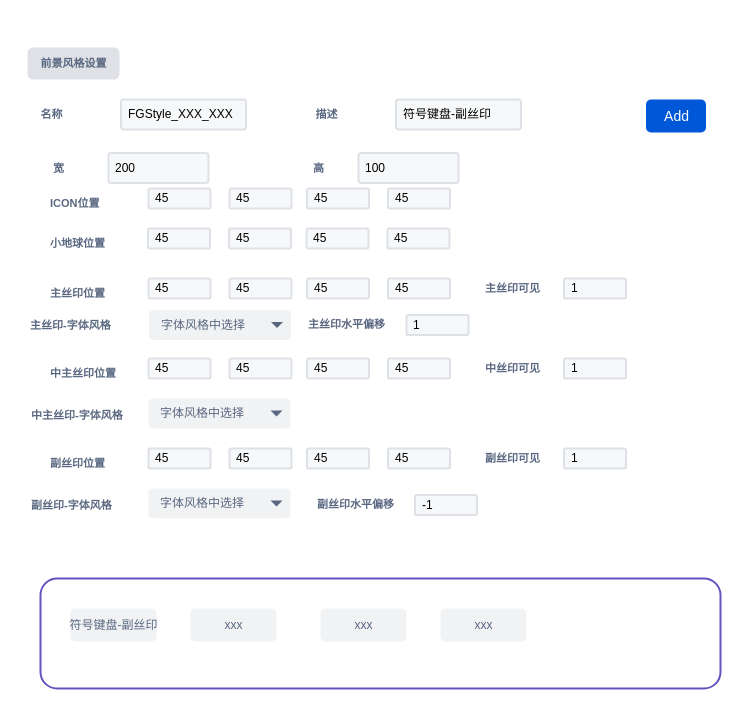
The draw.io diagram drawio/前景风格设置.drawio in chonglv/charts, before the edit. Source tidied: cells renumbered, new cells numbered last; positions are measured from the earlier drawing's top-left corner, leaving out a move shared by most shapes. Both pictures are drawn from the tidied source at 100%, with x=0, y=0 at pixel (20, 48).
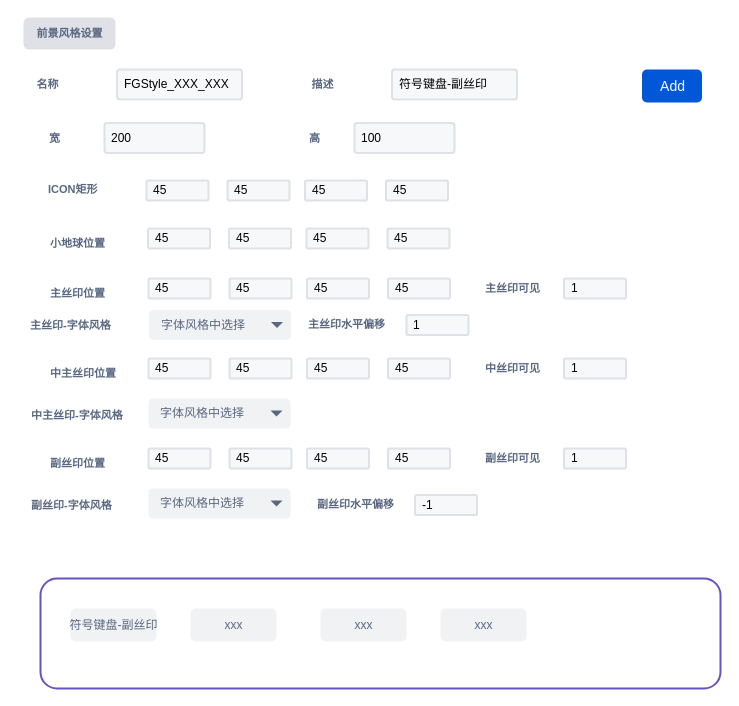
The same page after the edit.

Commit message:
更新前景风格设置.drawio

Diff of the diagram source:
```diff
@@
     <mxCell id="2" value="名称" style="fillColor=none;strokeColor=none;html=1;fontSize=11;fontStyle=0;align=center;fontColor=#596780;fontStyle=1;fontSize=11;labelPosition=center;verticalLabelPosition=middle;verticalAlign=middle;" parent="1" vertex="1">
-      <mxGeometry x="0.5" y="56" width="60" height="20" as="geometry" />
+      <mxGeometry x="-3.5" y="26" width="60" height="20" as="geometry" />
     </mxCell>
     <mxCell id="3" value="FGStyle_XXX_XXX" style="rounded=1;arcSize=9;fillColor=#F7F8F9;align=left;spacingLeft=5;strokeColor=#DEE1E6;html=1;strokeWidth=2;fontSize=12;" parent="1" vertex="1">
-      <mxGeometry x="100.5" y="51" width="125" height="30" as="geometry" />
+      <mxGeometry x="96.5" y="21" width="125" height="30" as="geometry" />
     </mxCell>
     <mxCell id="4" value="描述" style="fillColor=none;strokeColor=none;html=1;fontSize=11;fontStyle=0;align=center;fontColor=#596780;fontStyle=1;fontSize=11;labelPosition=center;verticalLabelPosition=middle;verticalAlign=middle;" parent="1" vertex="1">
-      <mxGeometry x="275.5" y="56" width="60" height="20" as="geometry" />
+      <mxGeometry x="271.5" y="26" width="60" height="20" as="geometry" />
     </mxCell>
     <mxCell id="5" value="符号键盘-副丝印" style="rounded=1;arcSize=9;fillColor=#F7F8F9;align=left;spacingLeft=5;strokeColor=#DEE1E6;html=1;strokeWidth=2;fontSize=12;" parent="1" vertex="1">
-      <mxGeometry x="375.5" y="51" width="125" height="30" as="geometry" />
+      <mxGeometry x="371.5" y="21" width="125" height="30" as="geometry" />
     </mxCell>
     <mxCell id="6" value="Add" style="rounded=1;fillColor=#0057D8;strokeColor=none;fontColor=#ffffff;align=center;verticalAlign=middle;fontStyle=0;fontSize=14;html=1;shadow=0;dashed=0;" parent="1" vertex="1">
-      <mxGeometry x="625.5" y="51" width="60" height="33" as="geometry" />
+      <mxGeometry x="621.5" y="21" width="60" height="33" as="geometry" />
     </mxCell>
@@
     <mxCell id="12" value="&lt;span style=&quot;color: rgb(89 , 103 , 128) ; font-size: 11px ; text-align: left&quot;&gt;前景风格设置&lt;/span&gt;" style="dashed=0;html=1;rounded=1;fillColor=#DFE1E6;strokeColor=#DFE1E6;fontSize=12;align=center;fontStyle=1;strokeWidth=2;fontColor=#42526E;" parent="1" vertex="1">
-      <mxGeometry x="8" width="90" height="30" as="geometry" />
+      <mxGeometry x="4" y="-30" width="90" height="30" as="geometry" />
     </mxCell>
-    <mxCell id="13" value="ICON位置" style="fillColor=none;strokeColor=none;html=1;fontSize=11;fontStyle=0;align=left;fontColor=#596780;fontStyle=1;fontSize=11;" parent="1" vertex="1">
-      <mxGeometry x="28" y="145" width="60" height="20" as="geometry" />
+    <mxCell id="13" value="ICON矩形" style="fillColor=none;strokeColor=none;html=1;fontSize=11;fontStyle=0;align=left;fontColor=#596780;fontStyle=1;fontSize=11;" parent="1" vertex="1">
+      <mxGeometry x="26" y="131" width="60" height="20" as="geometry" />
     </mxCell>
     <mxCell id="14" value="45" style="rounded=1;arcSize=9;fillColor=#F7F8F9;align=left;spacingLeft=5;strokeColor=#DEE1E6;html=1;strokeWidth=2;fontSize=12;" parent="1" vertex="1">
-      <mxGeometry x="128" y="140" width="62" height="20" as="geometry" />
+      <mxGeometry x="126" y="132" width="62" height="20" as="geometry" />
     </mxCell>
     <mxCell id="15" value="45" style="rounded=1;arcSize=9;fillColor=#F7F8F9;align=left;spacingLeft=5;strokeColor=#DEE1E6;html=1;strokeWidth=2;fontSize=12;" parent="1" vertex="1">
-      <mxGeometry x="209" y="140" width="62" height="20" as="geometry" />
+      <mxGeometry x="207" y="132" width="62" height="20" as="geometry" />
     </mxCell>
     <mxCell id="16" value="45" style="rounded=1;arcSize=9;fillColor=#F7F8F9;align=left;spacingLeft=5;strokeColor=#DEE1E6;html=1;strokeWidth=2;fontSize=12;" parent="1" vertex="1">
-      <mxGeometry x="286.5" y="140" width="62" height="20" as="geometry" />
+      <mxGeometry x="284.5" y="132" width="62" height="20" as="geometry" />
     </mxCell>
     <mxCell id="17" value="45" style="rounded=1;arcSize=9;fillColor=#F7F8F9;align=left;spacingLeft=5;strokeColor=#DEE1E6;html=1;strokeWidth=2;fontSize=12;" parent="1" vertex="1">
-      <mxGeometry x="367.5" y="140" width="62" height="20" as="geometry" />
+      <mxGeometry x="365.5" y="132" width="62" height="20" as="geometry" />
     </mxCell>
@@
     <mxCell id="47" value="宽" style="fillColor=none;strokeColor=none;html=1;fontSize=11;fontStyle=0;align=center;fontColor=#596780;fontStyle=1;fontSize=11;" parent="1" vertex="1">
-      <mxGeometry x="8" y="109.5" width="60" height="20" as="geometry" />
+      <mxGeometry x="4" y="79.5" width="60" height="20" as="geometry" />
     </mxCell>
     <mxCell id="48" value="200" style="rounded=1;arcSize=9;fillColor=#F7F8F9;align=left;spacingLeft=5;strokeColor=#DEE1E6;html=1;strokeWidth=2;fontSize=12;" parent="1" vertex="1">
-      <mxGeometry x="88" y="104.5" width="100" height="30" as="geometry" />
+      <mxGeometry x="84" y="74.5" width="100" height="30" as="geometry" />
     </mxCell>
     <mxCell id="49" value="高" style="fillColor=none;strokeColor=none;html=1;fontSize=11;fontStyle=0;align=center;fontColor=#596780;fontStyle=1;fontSize=11;" parent="1" vertex="1">
-      <mxGeometry x="268" y="109.5" width="60" height="20" as="geometry" />
+      <mxGeometry x="264" y="79.5" width="60" height="20" as="geometry" />
     </mxCell>
     <mxCell id="50" value="100" style="rounded=1;arcSize=9;fillColor=#F7F8F9;align=left;spacingLeft=5;strokeColor=#DEE1E6;html=1;strokeWidth=2;fontSize=12;" parent="1" vertex="1">
-      <mxGeometry x="338" y="104.5" width="100" height="30" as="geometry" />
+      <mxGeometry x="334" y="74.5" width="100" height="30" as="geometry" />
     </mxCell>
```
